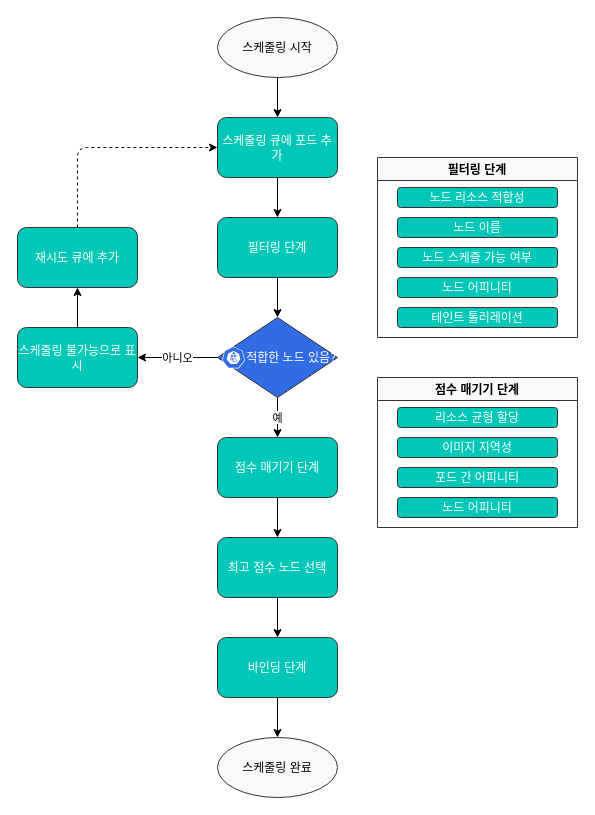
Before: assets/generated-diagrams/kubernetes_scheduling_process.drawio in Atom-oh/kubernetes-docs, a draw.io diagram. Source tidied: cells renumbered, new cells numbered last; positions are measured from the earlier drawing's top-left corner, leaving out a move shared by most shapes. Both pictures are drawn from the tidied source at 100%, with x=0, y=0 at pixel (17, 17).
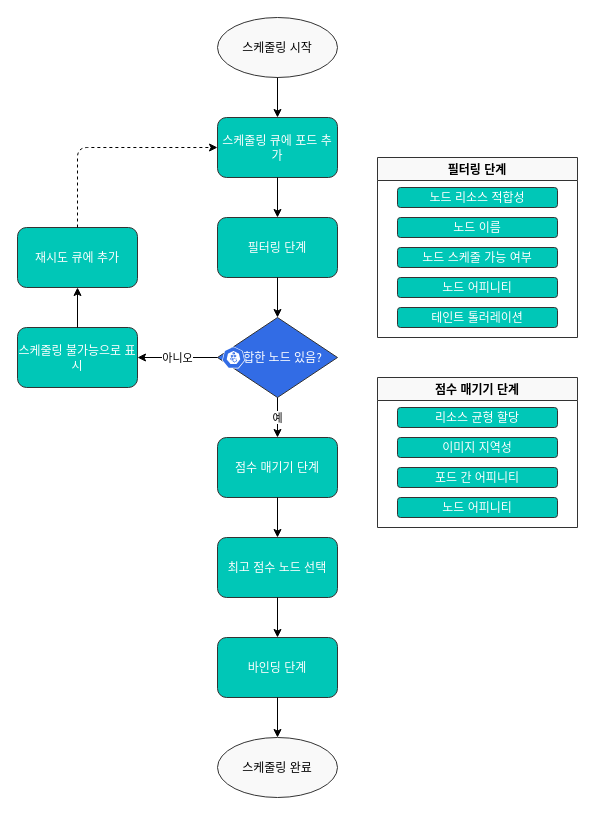
Above is the later version.

The edit, as a diff of the source:
```diff
@@
-    <mxCell id="5" value="적합한 노드 있음?" style="rhombus;whiteSpace=wrap;html=1;fillColor=#326CE5;strokeColor=#333333;strokeWidth=1;fontColor=#FFFFFF;fontSize=12;fontFamily=Noto Sans CJK KR;spacingLeft=28;" parent="1" vertex="1">
+    <mxCell id="5" value="적합한 노드 있음?" style="rhombus;whiteSpace=wrap;html=1;fillColor=#326CE5;strokeColor=#333333;strokeWidth=1;fontColor=#FFFFFF;fontSize=12;fontFamily=Noto Sans CJK KR;" parent="1" vertex="1">
       <mxGeometry x="200" y="300" width="120" height="80" as="geometry" />
     </mxCell>
```
